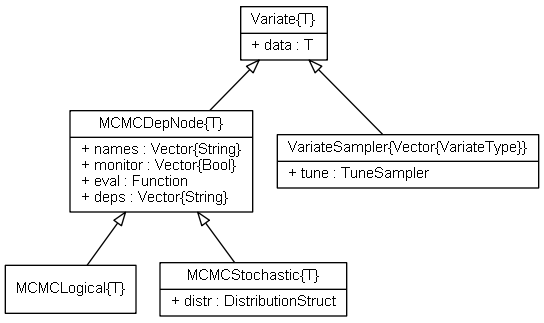
This is doc/images/variateUML.png from brian-j-smith/Mamba.jl, a Graphviz export, as it was before one commit. Its source is kept beside it as doc/images/variateUML.dot.
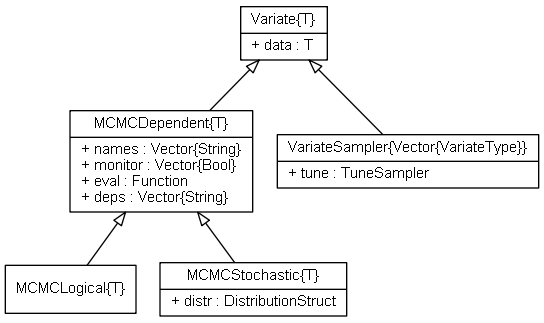
After the change.

Diff of the diagram source:
```diff
@@ -8,7 +8,7 @@
 
 	Variate [label = "{Variate\{T\}|+ data : T\l}"]
 
-	MCMCDepNode [label = "{MCMCDepNode\{T\}|+ names : Vector\{String\}\l+ monitor : Vector\{Bool\}\l+ eval : Function\l+ deps : Vector\{String\}\l}"]
+	MCMCDependent [label = "{MCMCDependent\{T\}|+ names : Vector\{String\}\l+ monitor : Vector\{Bool\}\l+ eval : Function\l+ deps : Vector\{String\}\l}"]
 
 	MCMCLogical [label = "{MCMCLogical\{T\}}"]
 
@@ -16,9 +16,9 @@
 
 	VariateSampler [label = "{VariateSampler\{Vector\{VariateType\}\}|+ tune : TuneSampler\l}"]
 
-	Variate -> MCMCDepNode
-	MCMCDepNode -> MCMCLogical
-	MCMCDepNode -> MCMCStochastic
+	Variate -> MCMCDependent
+	MCMCDependent -> MCMCLogical
+	MCMCDependent -> MCMCStochastic
 	Variate -> VariateSampler
 
 }
```
